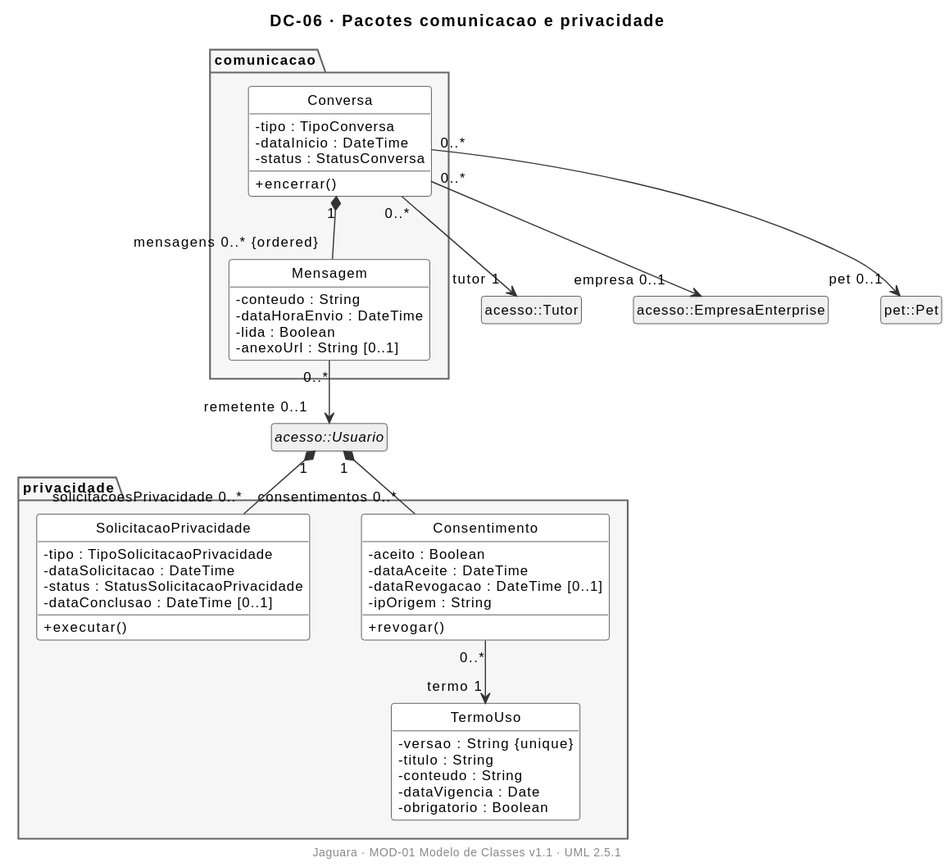
This is docs/04-modelagem/diagrama-de-classes/img/DC-06-comunicacao-e-privacidade.svg from JaguaraPet/Jaguara_doc, a PlantUML export, as it was before one commit. Its diagram source:
```plantuml
@startuml
!include _estilo.iuml
title DC-06 · Pacotes comunicacao e privacidade

abstract class "acesso::Usuario" as Usuario #EFEFEF
class "acesso::Tutor" as Tutor #EFEFEF
class "acesso::EmpresaEnterprise" as EmpresaEnterprise #EFEFEF
class "pet::Pet" as Pet #EFEFEF

package comunicacao {
  class Conversa {
    - tipo : TipoConversa
    - dataInicio : DateTime
    - status : StatusConversa
    + encerrar()
  }

  class Mensagem {
    - conteudo : String
    - dataHoraEnvio : DateTime
    - lida : Boolean
    - anexoUrl : String [0..1]
  }
}

package privacidade {
  class TermoUso {
    - versao : String {unique}
    - titulo : String
    - conteudo : String
    - dataVigencia : Date
    - obrigatorio : Boolean
  }

  class Consentimento {
    - aceito : Boolean
    - dataAceite : DateTime
    - dataRevogacao : DateTime [0..1]
    - ipOrigem : String
    + revogar()
  }

  class SolicitacaoPrivacidade {
    - tipo : TipoSolicitacaoPrivacidade
    - dataSolicitacao : DateTime
    - status : StatusSolicitacaoPrivacidade
    - dataConclusao : DateTime [0..1]
    + executar()
  }
}

Conversa "0..*" --> "tutor 1" Tutor
Conversa "0..*" --> "empresa 0..1" EmpresaEnterprise
Conversa "0..*" --> "pet 0..1" Pet
Conversa "1" *-- "mensagens 0..* {ordered}" Mensagem
Mensagem "0..*" --> "remetente 0..1" Usuario

Usuario "1" *-- "consentimentos 0..*" Consentimento
Consentimento "0..*" --> "termo 1" TermoUso
Usuario "1" *-- "solicitacoesPrivacidade 0..*" SolicitacaoPrivacidade
@enduml
```
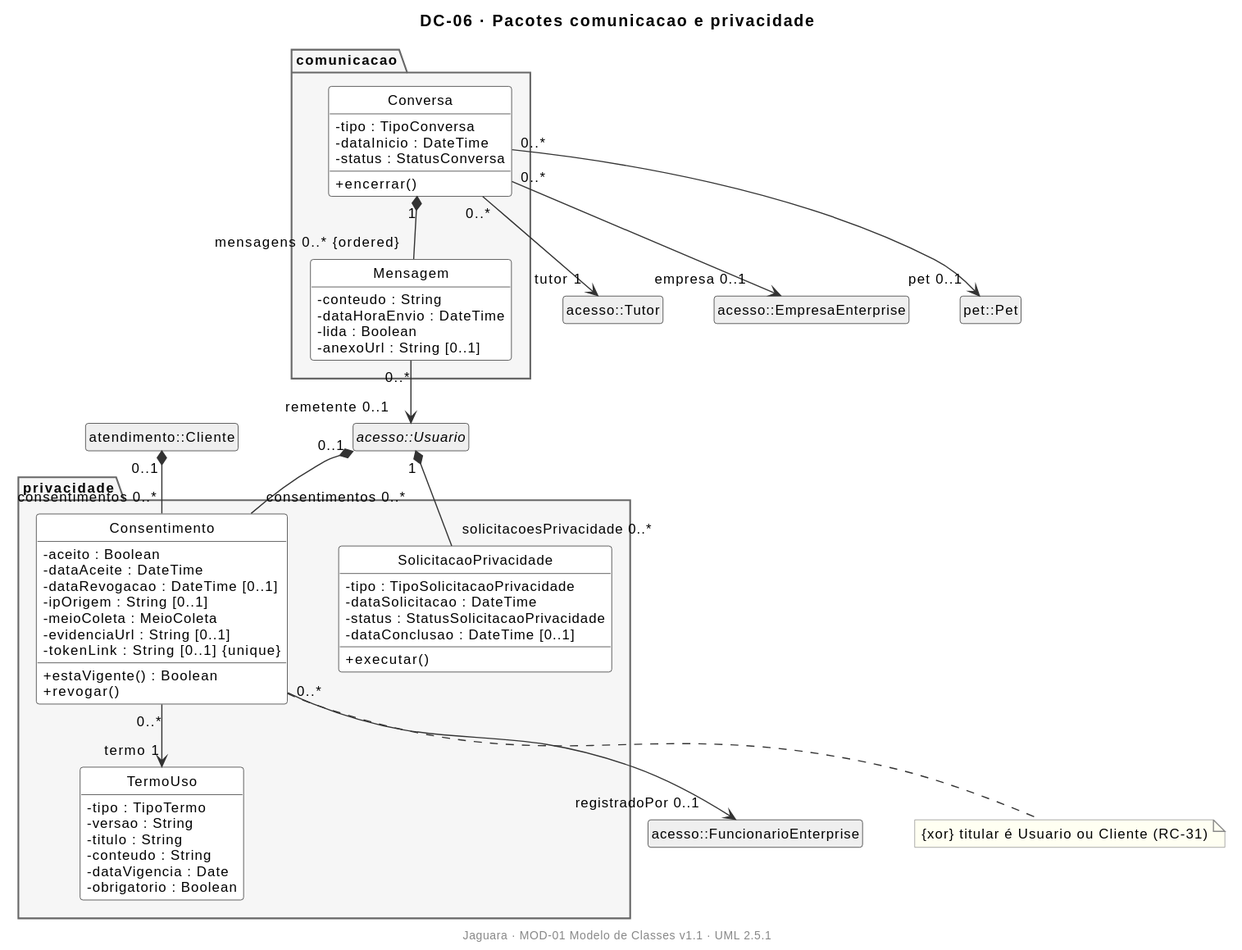
After the commit.

Change to the diagram source:
```diff
@@ -1,11 +1,38 @@
 @startuml
-!include _estilo.iuml
+skinparam style strictuml
+skinparam classAttributeIconSize 0
+skinparam shadowing false
+skinparam defaultFontName Arial
+skinparam defaultFontSize 12
+skinparam backgroundColor white
+skinparam nodesep 45
+skinparam ranksep 55
+skinparam class {
+  BackgroundColor white
+  BorderColor #222222
+  ArrowColor #333333
+}
+skinparam package {
+  BackgroundColor #F6F6F6
+  BorderColor #666666
+}
+skinparam note {
+  BackgroundColor #FFFFF2
+  BorderColor #888888
+}
+skinparam stereotypeFontSize 10
+set separator none
+hide empty members
+footer Jaguara · MOD-01 Modelo de Classes v1.1 · UML 2.5.1
+
 title DC-06 · Pacotes comunicacao e privacidade
 
 abstract class "acesso::Usuario" as Usuario #EFEFEF
 class "acesso::Tutor" as Tutor #EFEFEF
 class "acesso::EmpresaEnterprise" as EmpresaEnterprise #EFEFEF
 class "pet::Pet" as Pet #EFEFEF
+class "atendimento::Cliente" as Cliente #EFEFEF
+class "acesso::FuncionarioEnterprise" as FuncionarioEnterprise #EFEFEF
 
 package comunicacao {
   class Conversa {
@@ -25,7 +52,8 @@
 
 package privacidade {
   class TermoUso {
-    - versao : String {unique}
+    - tipo : TipoTermo
+    - versao : String
     - titulo : String
     - conteudo : String
     - dataVigencia : Date
@@ -36,7 +64,11 @@
     - aceito : Boolean
     - dataAceite : DateTime
     - dataRevogacao : DateTime [0..1]
-    - ipOrigem : String
+    - ipOrigem : String [0..1]
+    - meioColeta : MeioColeta
+    - evidenciaUrl : String [0..1]
+    - tokenLink : String [0..1] {unique}
+    + estaVigente() : Boolean
     + revogar()
   }
 
@@ -55,7 +87,12 @@
 Conversa "1" *-- "mensagens 0..* {ordered}" Mensagem
 Mensagem "0..*" --> "remetente 0..1" Usuario
 
-Usuario "1" *-- "consentimentos 0..*" Consentimento
+Usuario "0..1" *-- "consentimentos 0..*" Consentimento
+Cliente "0..1" *-- "consentimentos 0..*" Consentimento
+Consentimento "0..*" --> "registradoPor 0..1" FuncionarioEnterprise
+note bottom of Consentimento
+  {xor} titular é Usuario ou Cliente (RC-31)
+end note
 Consentimento "0..*" --> "termo 1" TermoUso
 Usuario "1" *-- "solicitacoesPrivacidade 0..*" SolicitacaoPrivacidade
 @enduml
```
